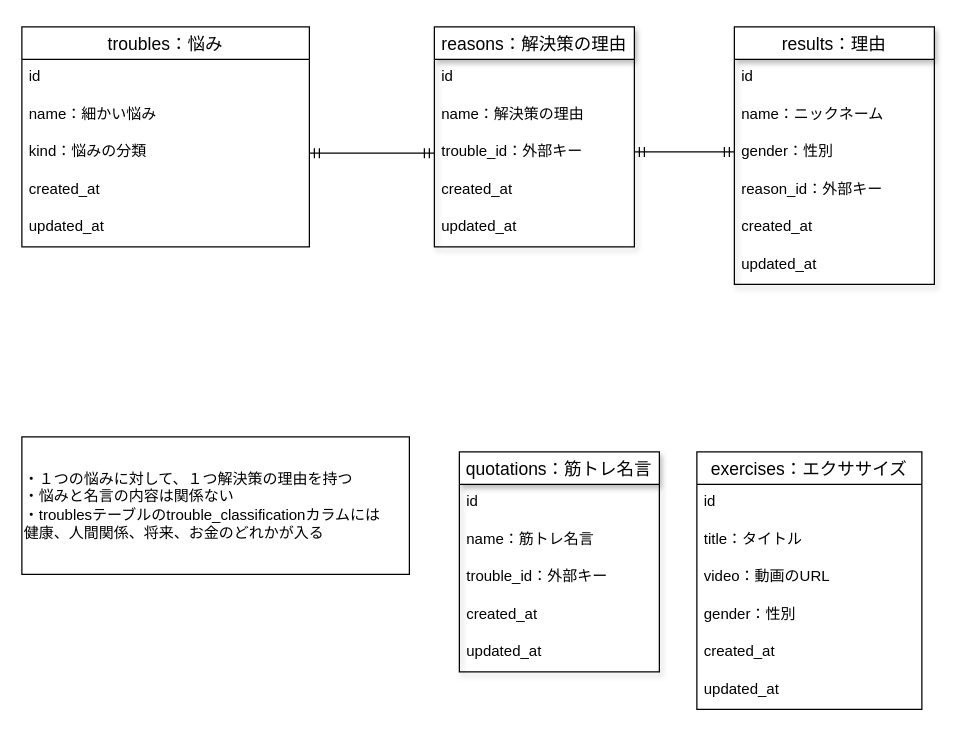
The draw.io diagram ERD.dio in shogo-08020318/MUKINATOR, before the edit. Source tidied: cells renumbered, new cells numbered last; positions are measured from the earlier drawing's top-left corner, leaving out a move shared by most shapes. Both pictures are drawn from the tidied source at 125%, with x=0, y=0 at pixel (21, 26).
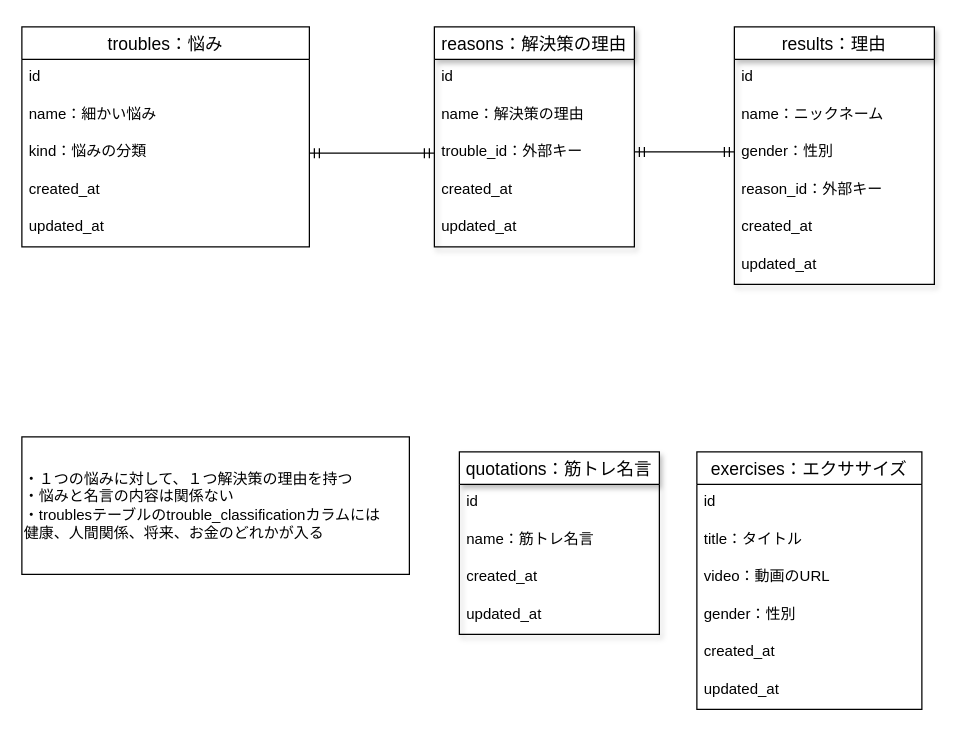
Above is the later version.

Commit message:
Fix: trouble_id削除

What changed in the source:
```diff
@@
     <mxCell id="8" value="quotations：筋トレ名言" style="swimlane;fontStyle=0;horizontal=1;startSize=26;align=center;fontSize=14;shadow=1;" parent="1" vertex="1">
-      <mxGeometry x="350" y="340" width="160" height="176" as="geometry" />
+      <mxGeometry x="350" y="340" width="160" height="146" as="geometry" />
     </mxCell>
@@
-    <mxCell id="11" value="trouble_id：外部キー" style="text;strokeColor=none;fillColor=none;spacingLeft=4;spacingRight=4;overflow=hidden;fontSize=12;" parent="8" vertex="1">
-      <mxGeometry y="86" width="160" height="30" as="geometry" />
-    </mxCell>
     <mxCell id="12" value="created_at" style="text;strokeColor=none;fillColor=none;spacingLeft=4;spacingRight=4;overflow=hidden;fontSize=12;" parent="8" vertex="1">
-      <mxGeometry y="116" width="160" height="30" as="geometry" />
+      <mxGeometry y="86" width="160" height="30" as="geometry" />
     </mxCell>
     <mxCell id="13" value="updated_at" style="text;strokeColor=none;fillColor=none;spacingLeft=4;spacingRight=4;overflow=hidden;fontSize=12;" parent="8" vertex="1">
-      <mxGeometry y="146" width="160" height="30" as="geometry" />
+      <mxGeometry y="116" width="160" height="30" as="geometry" />
     </mxCell>
```
